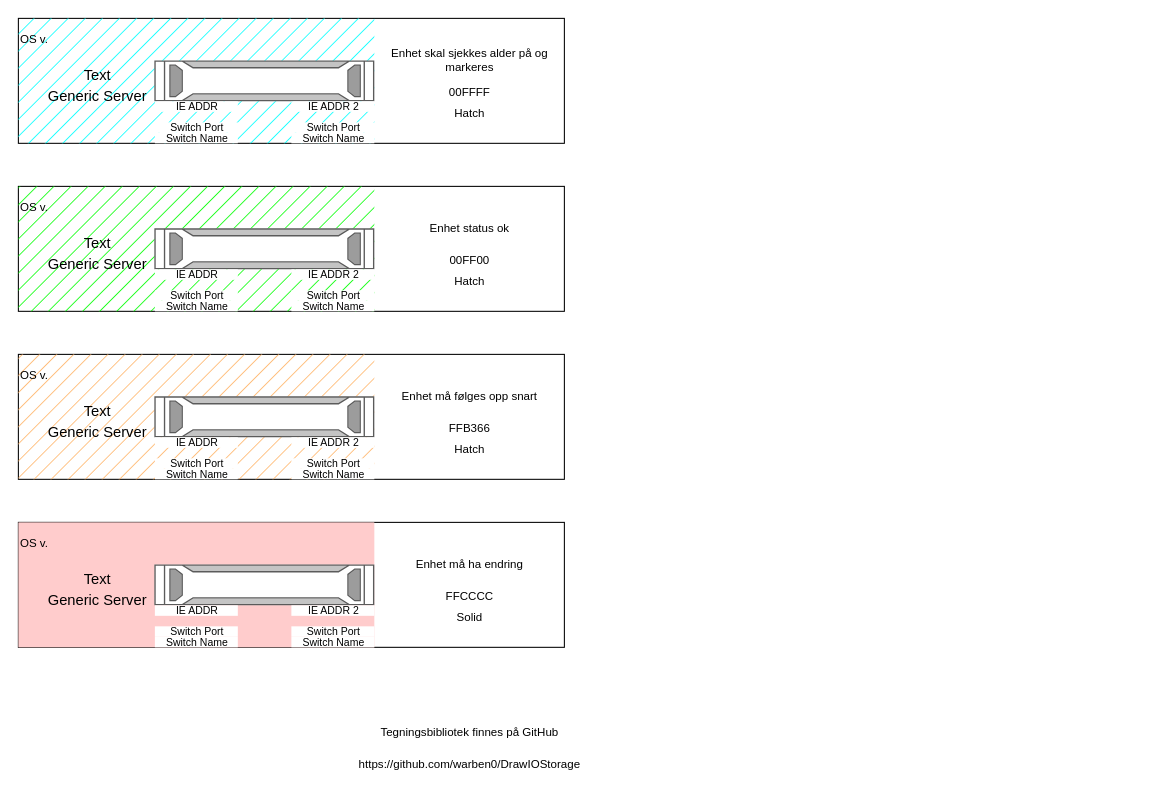
This is page "INFO" (1 of 23) of Topology.drawio from warben0/DrawIOStorage, a draw.io file, before an edit. Source tidied: cells renumbered, new cells numbered last; positions are measured from the earlier drawing's top-left corner, leaving out a move shared by most shapes. Both pictures are drawn from the tidied source at 105%, with x=0, y=0 at pixel (18, 18).
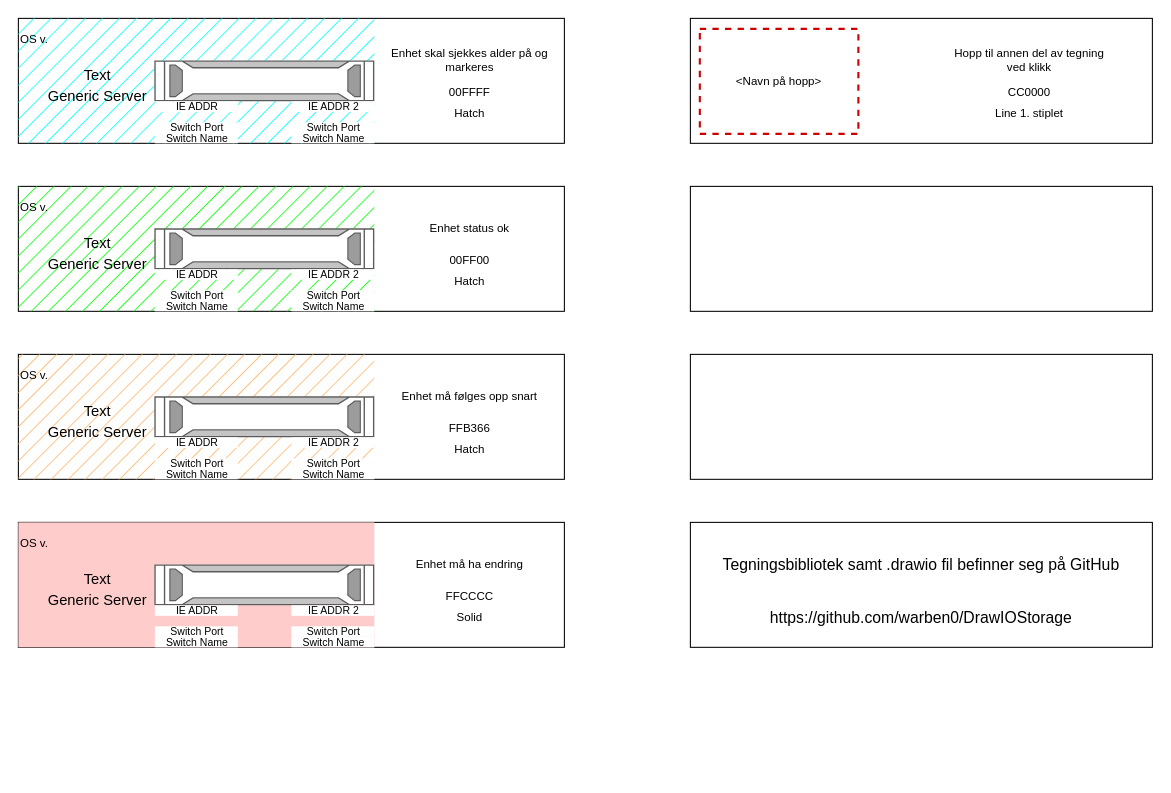
Above is the later version.

Diff of the diagram source:
```diff
@@
-    <mxCell id="2" value="Tegningsbibliotek finnes på GitHub" style="text;html=1;strokeColor=none;fillColor=none;align=center;verticalAlign=middle;whiteSpace=wrap;rounded=0;fontSize=11;fontFamily=Helvetica;fontColor=default;" parent="1" vertex="1">
-      <mxGeometry x="340" y="660" width="180" height="40" as="geometry" />
+    <mxCell id="2" value="Tegningsbibliotek samt .drawio fil befinner seg på GitHub" style="text;html=1;strokeColor=none;fillColor=none;align=center;verticalAlign=middle;whiteSpace=wrap;rounded=0;fontSize=15;fontFamily=Helvetica;fontColor=default;" parent="1" vertex="1">
+      <mxGeometry x="640" y="499.5" width="440" height="40" as="geometry" />
     </mxCell>
-    <mxCell id="3" value="https://github.com/warben0/DrawIOStorage" style="text;html=1;strokeColor=none;fillColor=none;align=center;verticalAlign=middle;whiteSpace=wrap;rounded=0;fontSize=11;fontFamily=Helvetica;fontColor=default;" parent="1" vertex="1">
-      <mxGeometry x="340" y="700" width="180" height="20" as="geometry" />
+    <mxCell id="3" value="https://github.com/warben0/DrawIOStorage" style="text;html=1;strokeColor=none;fillColor=none;align=center;verticalAlign=middle;whiteSpace=wrap;rounded=0;fontSize=15;fontFamily=Helvetica;fontColor=default;" parent="1" vertex="1">
+      <mxGeometry x="640" y="559.5" width="440" height="20" as="geometry" />
     </mxCell>
@@
+    <mxCell id="64" value="&amp;lt;Navn på hopp&amp;gt;" style="text;html=1;align=center;verticalAlign=middle;whiteSpace=wrap;rounded=0;fontSize=11;fontFamily=Helvetica;fillColor=none;strokeColor=#CC0000;dashed=1;strokeWidth=2;" parent="1" vertex="1">
+      <mxGeometry x="649" y="10" width="151" height="100" as="geometry" />
+    </mxCell>
+    <mxCell id="65" style="group;strokeColor=default;" parent="1" vertex="1">
+      <mxGeometry x="640" width="440" height="119" as="geometry" />
+    </mxCell>
+    <mxCell id="66" value="Hopp til annen del av tegning ved klikk" style="text;html=1;strokeColor=none;fillColor=none;align=center;verticalAlign=middle;whiteSpace=wrap;rounded=0;fontSize=11;fontFamily=Helvetica;fontColor=default;" parent="65" vertex="1">
+      <mxGeometry x="247.1" y="20" width="152.3" height="40" as="geometry" />
+    </mxCell>
+    <mxCell id="67" value="CC0000" style="text;html=1;strokeColor=none;fillColor=none;align=center;verticalAlign=middle;whiteSpace=wrap;rounded=0;fontSize=11;fontFamily=Helvetica;fontColor=default;" parent="65" vertex="1">
+      <mxGeometry x="247.1" y="60" width="152.3" height="20" as="geometry" />
+    </mxCell>
+    <mxCell id="68" value="Line 1. stiplet" style="text;html=1;strokeColor=none;fillColor=none;align=center;verticalAlign=middle;whiteSpace=wrap;rounded=0;fontSize=11;fontFamily=Helvetica;fontColor=default;" parent="65" vertex="1">
+      <mxGeometry x="247.1" y="80" width="152.3" height="20" as="geometry" />
+    </mxCell>
+    <mxCell id="69" style="group;strokeColor=default;" parent="1" vertex="1">
+      <mxGeometry x="640" y="160" width="440" height="119" as="geometry" />
+    </mxCell>
+    <mxCell id="70" style="group;strokeColor=default;" parent="1" vertex="1">
+      <mxGeometry x="640" y="320" width="440" height="119" as="geometry" />
+    </mxCell>
+    <mxCell id="71" style="group;strokeColor=default;fontSize=15;" parent="1" vertex="1">
+      <mxGeometry x="640" y="480" width="440" height="119" as="geometry" />
+    </mxCell>
```
